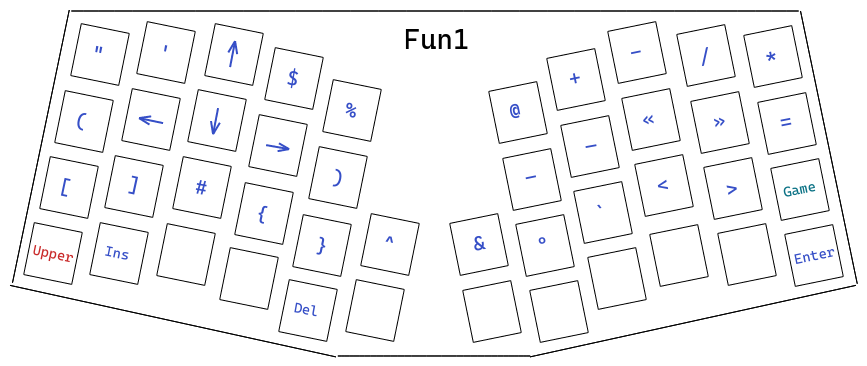
The Excalidraw diagram layers/1-fun1.png in lobre/atreus-bepo, before a commit. Source tidied: one line per element, renumbered; positions are measured from the earlier drawing's top-left corner, leaving out a move shared by most shapes. The source it was exported from:
```json
{"id": 0, "type": "rectangle", "strokeColor": "#000000", "angle": 0.2, "strokeWidth": 1, "roughness": 0, "x": 66, "y": 18, "width": 49, "height": 53}
{"id": 1, "type": "rectangle", "strokeColor": "#000000", "angle": 0.2, "strokeWidth": 1, "roughness": 0, "x": 132, "y": 16, "width": 49, "height": 53}
{"id": 2, "type": "line", "strokeColor": "#000000", "strokeWidth": 1, "roughness": 0, "x": 61, "y": 1, "width": 727, "height": 0, "points": [[0, 0], [727, 0]]}
{"id": 3, "type": "rectangle", "strokeColor": "#000000", "angle": 0.2, "strokeWidth": 1, "roughness": 0, "x": 200, "y": 18, "width": 49, "height": 53}
{"id": 4, "type": "rectangle", "strokeColor": "#000000", "angle": 0.2, "strokeWidth": 1, "roughness": 0, "x": 260, "y": 42, "width": 49, "height": 53}
{"id": 5, "type": "rectangle", "strokeColor": "#000000", "angle": 0.2, "strokeWidth": 1, "roughness": 0, "x": 318, "y": 74, "width": 49, "height": 53}
{"id": 6, "type": "rectangle", "strokeColor": "#000000", "angle": 0.2, "strokeWidth": 1, "roughness": 0, "x": 50, "y": 85, "width": 49, "height": 53}
{"id": 7, "type": "rectangle", "strokeColor": "#000000", "angle": 0.2, "strokeWidth": 1, "roughness": 0, "x": 35, "y": 151, "width": 49, "height": 53}
{"id": 8, "type": "rectangle", "strokeColor": "#000000", "angle": 0.2, "strokeWidth": 1, "roughness": 0, "x": 19, "y": 217, "width": 49, "height": 53}
{"id": 9, "type": "rectangle", "strokeColor": "#000000", "angle": 0.2, "strokeWidth": 1, "roughness": 0, "x": 117, "y": 83, "width": 49, "height": 53}
{"id": 10, "type": "rectangle", "strokeColor": "#000000", "angle": 0.2, "strokeWidth": 1, "roughness": 0, "x": 100, "y": 150, "width": 49, "height": 53}
{"id": 11, "type": "rectangle", "strokeColor": "#000000", "angle": 0.2, "strokeWidth": 1, "roughness": 0, "x": 85, "y": 217, "width": 49, "height": 53}
{"id": 12, "type": "rectangle", "strokeColor": "#000000", "angle": 0.2, "strokeWidth": 1, "roughness": 0, "x": 183, "y": 84, "width": 49, "height": 53}
{"id": 13, "type": "rectangle", "strokeColor": "#000000", "angle": 0.2, "strokeWidth": 1, "roughness": 0, "x": 168, "y": 151, "width": 49, "height": 53}
{"id": 14, "type": "rectangle", "strokeColor": "#000000", "angle": 0.2, "strokeWidth": 1, "roughness": 0, "x": 152, "y": 218, "width": 49, "height": 53}
{"id": 15, "type": "rectangle", "strokeColor": "#000000", "angle": 0.2, "strokeWidth": 1, "roughness": 0, "x": 244, "y": 109, "width": 49, "height": 53}
{"id": 16, "type": "rectangle", "strokeColor": "#000000", "angle": 0.2, "strokeWidth": 1, "roughness": 0, "x": 230, "y": 177, "width": 49, "height": 53}
{"id": 17, "type": "rectangle", "strokeColor": "#000000", "angle": 0.2, "strokeWidth": 1, "roughness": 0, "x": 215, "y": 242, "width": 49, "height": 53}
{"id": 18, "type": "rectangle", "strokeColor": "#000000", "angle": 0.2, "strokeWidth": 1, "roughness": 0, "x": 304, "y": 141, "width": 49, "height": 53}
{"id": 19, "type": "rectangle", "strokeColor": "#000000", "angle": 0.2, "strokeWidth": 1, "roughness": 0, "x": 288, "y": 209, "width": 49, "height": 53}
{"id": 20, "type": "rectangle", "strokeColor": "#000000", "angle": 0.2, "strokeWidth": 1, "roughness": 0, "x": 274, "y": 274, "width": 49, "height": 53}
{"id": 21, "type": "rectangle", "strokeColor": "#000000", "angle": 0.2, "strokeWidth": 1, "roughness": 0, "x": 356, "y": 208, "width": 49, "height": 53}
{"id": 22, "type": "rectangle", "strokeColor": "#000000", "angle": 0.2, "strokeWidth": 1, "roughness": 0, "x": 341, "y": 274, "width": 49, "height": 53}
{"id": 23, "type": "rectangle", "strokeColor": "#000000", "angle": 6.08, "strokeWidth": 1, "roughness": 0, "x": 445, "y": 208, "width": 49, "height": 53}
{"id": 24, "type": "rectangle", "strokeColor": "#000000", "angle": 6.08, "strokeWidth": 1, "roughness": 0, "x": 458, "y": 275, "width": 49, "height": 53}
{"id": 25, "type": "line", "strokeColor": "#000000", "strokeWidth": 1, "roughness": 0, "x": 328, "y": 346, "width": 192, "height": 0, "points": [[0, 0], [192, 0]]}
{"id": 26, "type": "rectangle", "strokeColor": "#000000", "angle": 6.08, "strokeWidth": 1, "roughness": 0, "x": 484, "y": 76, "width": 49, "height": 53}
{"id": 27, "type": "rectangle", "strokeColor": "#000000", "angle": 6.08, "strokeWidth": 1, "roughness": 0, "x": 498, "y": 143, "width": 49, "height": 53}
{"id": 28, "type": "rectangle", "strokeColor": "#000000", "angle": 6.08, "strokeWidth": 1, "roughness": 0, "x": 511, "y": 209, "width": 49, "height": 53}
{"id": 29, "type": "rectangle", "strokeColor": "#000000", "angle": 6.08, "strokeWidth": 1, "roughness": 0, "x": 525, "y": 275, "width": 49, "height": 53}
{"id": 30, "type": "rectangle", "strokeColor": "#000000", "angle": 6.08, "strokeWidth": 1, "roughness": 0, "x": 542, "y": 43, "width": 49, "height": 53}
{"id": 31, "type": "rectangle", "strokeColor": "#000000", "angle": 6.08, "strokeWidth": 1, "roughness": 0, "x": 556, "y": 110, "width": 49, "height": 53}
{"id": 32, "type": "rectangle", "strokeColor": "#000000", "angle": 6.08, "strokeWidth": 1, "roughness": 0, "x": 569, "y": 176, "width": 49, "height": 53}
{"id": 33, "type": "rectangle", "strokeColor": "#000000", "angle": 6.08, "strokeWidth": 1, "roughness": 0, "x": 583, "y": 242, "width": 49, "height": 53}
{"id": 34, "type": "rectangle", "strokeColor": "#000000", "angle": 6.08, "strokeWidth": 1, "roughness": 0, "x": 603, "y": 16, "width": 49, "height": 53}
{"id": 35, "type": "rectangle", "strokeColor": "#000000", "angle": 6.08, "strokeWidth": 1, "roughness": 0, "x": 617, "y": 83, "width": 49, "height": 53}
{"id": 36, "type": "rectangle", "strokeColor": "#000000", "angle": 6.08, "strokeWidth": 1, "roughness": 0, "x": 630, "y": 149, "width": 49, "height": 53}
{"id": 37, "type": "rectangle", "strokeColor": "#000000", "angle": 6.08, "strokeWidth": 1, "roughness": 0, "x": 645, "y": 219, "width": 49, "height": 53}
{"id": 38, "type": "rectangle", "strokeColor": "#000000", "angle": 6.08, "strokeWidth": 1, "roughness": 0, "x": 672, "y": 19, "width": 49, "height": 53}
{"id": 39, "type": "rectangle", "strokeColor": "#000000", "angle": 6.08, "strokeWidth": 1, "roughness": 0, "x": 686, "y": 86, "width": 49, "height": 53}
{"id": 40, "type": "rectangle", "strokeColor": "#000000", "angle": 6.08, "strokeWidth": 1, "roughness": 0, "x": 699, "y": 152, "width": 49, "height": 53}
{"id": 41, "type": "rectangle", "strokeColor": "#000000", "angle": 6.08, "strokeWidth": 1, "roughness": 0, "x": 713, "y": 218, "width": 49, "height": 53}
{"id": 42, "type": "rectangle", "strokeColor": "#000000", "angle": 6.08, "strokeWidth": 1, "roughness": 0, "x": 739, "y": 20, "width": 49, "height": 53}
{"id": 43, "type": "rectangle", "strokeColor": "#000000", "angle": 6.08, "strokeWidth": 1, "roughness": 0, "x": 753, "y": 87, "width": 49, "height": 53}
{"id": 44, "type": "rectangle", "strokeColor": "#000000", "angle": 6.08, "strokeWidth": 1, "roughness": 0, "x": 766, "y": 153, "width": 49, "height": 53}
{"id": 45, "type": "rectangle", "strokeColor": "#000000", "angle": 6.08, "strokeWidth": 1, "roughness": 0, "x": 780, "y": 219, "width": 49, "height": 53}
{"id": 46, "type": "line", "strokeColor": "#000000", "strokeWidth": 1, "roughness": 0, "x": 520, "y": 347, "width": 326, "height": 72, "points": [[0, 0], [326, -72]]}
{"id": 47, "type": "line", "strokeColor": "#000000", "strokeWidth": 1, "roughness": 0, "x": 791, "y": 1, "width": 57, "height": 273, "points": [[0, 0], [57, 273]]}
{"id": 48, "type": "line", "strokeColor": "#000000", "strokeWidth": 1, "roughness": 0, "x": 326, "y": 347, "width": 326, "height": 72, "points": [[0, 0], [-326, -72]]}
{"id": 49, "type": "line", "strokeColor": "#000000", "strokeWidth": 1, "roughness": 0, "x": 59, "y": 0, "width": 57, "height": 273, "points": [[0, 0], [-57, 273]]}
{"id": 50, "type": "text", "text": "\"", "strokeColor": "#364fc7", "angle": 0.18, "strokeWidth": 1, "roughness": 1, "fontSize": 20, "fontFamily": 3, "x": 82, "y": 31, "width": 12, "height": 24}
{"id": 51, "type": "text", "text": "'", "strokeColor": "#364fc7", "angle": 0.2, "strokeWidth": 1, "roughness": 1, "fontSize": 20, "fontFamily": 3, "x": 149, "y": 30, "width": 12, "height": 24}
{"id": 52, "type": "text", "text": "$", "strokeColor": "#364fc7", "angle": 0.17, "strokeWidth": 1, "roughness": 1, "fontSize": 20, "fontFamily": 3, "x": 277, "y": 56, "width": 12, "height": 24}
{"id": 53, "type": "text", "text": "%", "strokeColor": "#364fc7", "angle": 0.17, "strokeWidth": 1, "roughness": 1, "fontSize": 20, "fontFamily": 3, "x": 335, "y": 88, "width": 12, "height": 24}
{"id": 54, "type": "text", "text": "(", "strokeColor": "#364fc7", "angle": 0.21, "strokeWidth": 1, "roughness": 1, "fontSize": 20, "fontFamily": 3, "x": 65, "y": 99, "width": 12, "height": 24}
{"id": 55, "type": "text", "text": "[", "strokeColor": "#364fc7", "angle": 0.21, "strokeWidth": 1, "roughness": 1, "fontSize": 20, "fontFamily": 3, "x": 49, "y": 165, "width": 12, "height": 24}
{"id": 56, "type": "text", "text": "]", "strokeColor": "#364fc7", "angle": 0.22, "strokeWidth": 1, "roughness": 1, "fontSize": 20, "fontFamily": 3, "x": 118, "y": 163, "width": 12, "height": 24}
{"id": 57, "type": "text", "text": "#", "strokeColor": "#364fc7", "angle": 0.19, "strokeWidth": 1, "roughness": 1, "fontSize": 20, "fontFamily": 3, "x": 185, "y": 165, "width": 12, "height": 24}
{"id": 58, "type": "text", "text": "}", "strokeColor": "#364fc7", "angle": 0.2, "strokeWidth": 1, "roughness": 1, "fontSize": 20, "fontFamily": 3, "x": 306, "y": 224, "width": 12, "height": 24}
{"id": 59, "type": "text", "text": "^", "strokeColor": "#364fc7", "angle": 0.19, "strokeWidth": 1, "roughness": 1, "fontSize": 20, "fontFamily": 3, "x": 373, "y": 221, "width": 12, "height": 24}
{"id": 60, "type": "text", "text": "+", "strokeColor": "#364fc7", "angle": 6.08, "strokeWidth": 1, "roughness": 1, "fontSize": 20, "fontFamily": 3, "x": 559, "y": 56, "width": 12, "height": 24}
{"id": 61, "type": "text", "text": "-", "strokeColor": "#364fc7", "angle": 6.08, "strokeWidth": 1, "roughness": 1, "fontSize": 20, "fontFamily": 3, "x": 620, "y": 30, "width": 12, "height": 24}
{"id": 62, "type": "text", "text": "/", "strokeColor": "#364fc7", "angle": 6.08, "strokeWidth": 1, "roughness": 1, "fontSize": 20, "fontFamily": 3, "x": 689, "y": 35, "width": 12, "height": 24}
{"id": 63, "type": "text", "text": "*", "strokeColor": "#364fc7", "angle": 6.07, "strokeWidth": 1, "roughness": 1, "fontSize": 20, "fontFamily": 3, "x": 755, "y": 34, "width": 12, "height": 24}
{"id": 64, "type": "text", "text": "–", "strokeColor": "#364fc7", "angle": 6.08, "strokeWidth": 1, "roughness": 1, "fontSize": 20, "fontFamily": 3, "x": 515, "y": 155, "width": 12, "height": 24}
{"id": 65, "type": "text", "text": "—", "strokeColor": "#364fc7", "angle": 6.1, "strokeWidth": 1, "roughness": 1, "fontSize": 20, "fontFamily": 3, "x": 575, "y": 124, "width": 12, "height": 24}
{"id": 66, "type": "text", "text": "«", "strokeColor": "#364fc7", "angle": 6.1, "strokeWidth": 1, "roughness": 1, "fontSize": 20, "fontFamily": 3, "x": 632, "y": 96, "width": 12, "height": 24}
{"id": 67, "type": "text", "text": "»", "strokeColor": "#364fc7", "angle": 6.07, "strokeWidth": 1, "roughness": 1, "fontSize": 20, "fontFamily": 3, "x": 703, "y": 98, "width": 12, "height": 24}
{"id": 68, "type": "text", "text": "=", "strokeColor": "#364fc7", "angle": 6.09, "strokeWidth": 1, "roughness": 1, "fontSize": 20, "fontFamily": 3, "x": 770, "y": 100, "width": 12, "height": 24}
{"id": 69, "type": "text", "text": ">", "strokeColor": "#364fc7", "angle": 6.08, "strokeWidth": 1, "roughness": 1, "fontSize": 20, "fontFamily": 3, "x": 716, "y": 167, "width": 12, "height": 24}
{"id": 70, "type": "text", "text": "<", "strokeColor": "#364fc7", "angle": 6.08, "strokeWidth": 1, "roughness": 1, "fontSize": 20, "fontFamily": 3, "x": 647, "y": 163, "width": 12, "height": 24}
{"id": 71, "type": "text", "text": "`", "strokeColor": "#364fc7", "angle": 6.07, "strokeWidth": 1, "roughness": 1, "fontSize": 20, "fontFamily": 3, "x": 586, "y": 191, "width": 12, "height": 24}
{"id": 72, "type": "text", "text": "&", "strokeColor": "#364fc7", "angle": 6.09, "strokeWidth": 1, "roughness": 1, "fontSize": 20, "fontFamily": 3, "x": 463, "y": 221, "width": 12, "height": 24}
{"id": 73, "type": "text", "text": "Ins", "strokeColor": "#364fc7", "angle": 0.2, "strokeWidth": 1, "roughness": 1, "fontSize": 14.07, "fontFamily": 3, "x": 95, "y": 234, "width": 25, "height": 17}
{"id": 74, "type": "text", "text": "Del", "strokeColor": "#364fc7", "angle": 0.18, "strokeWidth": 1, "roughness": 1, "fontSize": 14.07, "fontFamily": 3, "x": 284, "y": 290, "width": 25, "height": 17}
{"id": 75, "type": "text", "text": "Upper", "strokeColor": "#c92a2a", "angle": 0.21, "strokeWidth": 1, "roughness": 1, "fontSize": 14.07, "fontFamily": 3, "x": 23, "y": 234, "width": 41, "height": 17}
{"id": 76, "type": "text", "text": "°", "strokeColor": "#364fc7", "angle": 6.08, "strokeWidth": 1, "roughness": 1, "fontSize": 20, "fontFamily": 3, "x": 527, "y": 222, "width": 12, "height": 24}
{"id": 77, "type": "text", "text": "{", "strokeColor": "#364fc7", "angle": 0.22, "strokeWidth": 1, "roughness": 1, "fontSize": 20, "fontFamily": 3, "x": 246, "y": 192, "width": 12, "height": 24}
{"id": 78, "type": "text", "text": ")", "strokeColor": "#364fc7", "angle": 0.17, "strokeWidth": 1, "roughness": 1, "fontSize": 20, "fontFamily": 3, "x": 322, "y": 156, "width": 12, "height": 24}
{"id": 79, "type": "text", "text": "@", "strokeColor": "#364fc7", "angle": 6.09, "strokeWidth": 1, "roughness": 1, "fontSize": 20, "fontFamily": 3, "x": 499, "y": 89, "width": 12, "height": 24}
{"id": 80, "type": "text", "text": "Fun1", "strokeColor": "#000000", "strokeWidth": 1, "strokeStyle": "dashed", "roughness": 0, "fontSize": 28, "fontFamily": 3, "x": 394, "y": 12, "width": 66, "height": 34}
{"id": 81, "type": "arrow", "strokeColor": "#364fc7", "strokeWidth": 2, "roughness": 0, "endArrowhead": "arrow", "x": 256, "y": 135, "width": 23, "height": 4, "points": [[0, 0], [23, 4]]}
{"id": 82, "type": "arrow", "strokeColor": "#364fc7", "strokeWidth": 2, "roughness": 0, "endArrowhead": "arrow", "x": 153, "y": 113, "width": 24, "height": 5, "points": [[0, 0], [-24, -5]]}
{"id": 83, "type": "arrow", "strokeColor": "#364fc7", "strokeWidth": 2, "roughness": 0, "endArrowhead": "arrow", "x": 220, "y": 57, "width": 5, "height": 26, "points": [[0, 0], [5, -26]]}
{"id": 84, "type": "arrow", "strokeColor": "#364fc7", "angle": 3.14, "strokeWidth": 2, "roughness": 0, "endArrowhead": "arrow", "x": 203, "y": 124, "width": 5, "height": 26, "points": [[0, 0], [5, -26]]}
{"id": 85, "type": "text", "text": "Enter", "strokeColor": "#364fc7", "angle": 6.08, "strokeWidth": 1, "roughness": 1, "fontSize": 14.07, "fontFamily": 3, "x": 784, "y": 236, "width": 41, "height": 17}
{"id": 86, "type": "text", "text": "Game", "strokeColor": "#0b7285", "angle": 6.08, "strokeWidth": 1, "roughness": 1, "fontSize": 14.07, "fontFamily": 3, "x": 773, "y": 170, "width": 33, "height": 17}
```
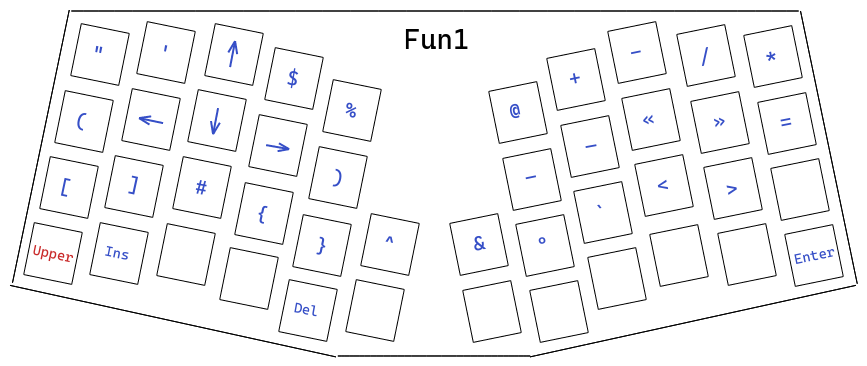
After the commit.

The edit, as a diff of the source:
```diff
@@ -84,4 +84,3 @@
 {"id": 83, "type": "arrow", "strokeColor": "#364fc7", "strokeWidth": 2, "roughness": 0, "endArrowhead": "arrow", "x": 220, "y": 57, "width": 5, "height": 26, "points": [[0, 0], [5, -26]]}
 {"id": 84, "type": "arrow", "strokeColor": "#364fc7", "angle": 3.14, "strokeWidth": 2, "roughness": 0, "endArrowhead": "arrow", "x": 203, "y": 124, "width": 5, "height": 26, "points": [[0, 0], [5, -26]]}
 {"id": 85, "type": "text", "text": "Enter", "strokeColor": "#364fc7", "angle": 6.08, "strokeWidth": 1, "roughness": 1, "fontSize": 14.07, "fontFamily": 3, "x": 784, "y": 236, "width": 41, "height": 17}
-{"id": 86, "type": "text", "text": "Game", "strokeColor": "#0b7285", "angle": 6.08, "strokeWidth": 1, "roughness": 1, "fontSize": 14.07, "fontFamily": 3, "x": 773, "y": 170, "width": 33, "height": 17}
```
